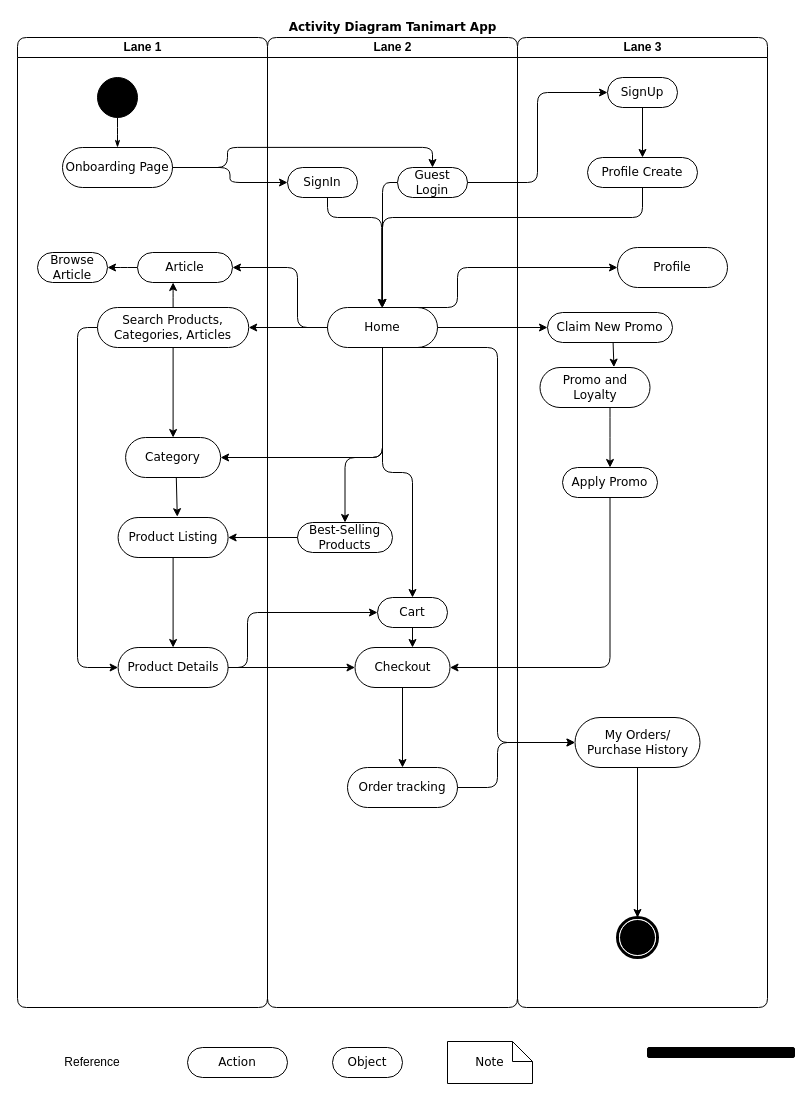
Before: Untitled Diagram.drawio in DevX300/TaniMart-UML, a draw.io diagram. Source tidied: cells renumbered, new cells numbered last; positions are measured from the earlier drawing's top-left corner, leaving out a move shared by most shapes. Both pictures are drawn from the tidied source at 100%, with x=0, y=0 at pixel (17, 17).
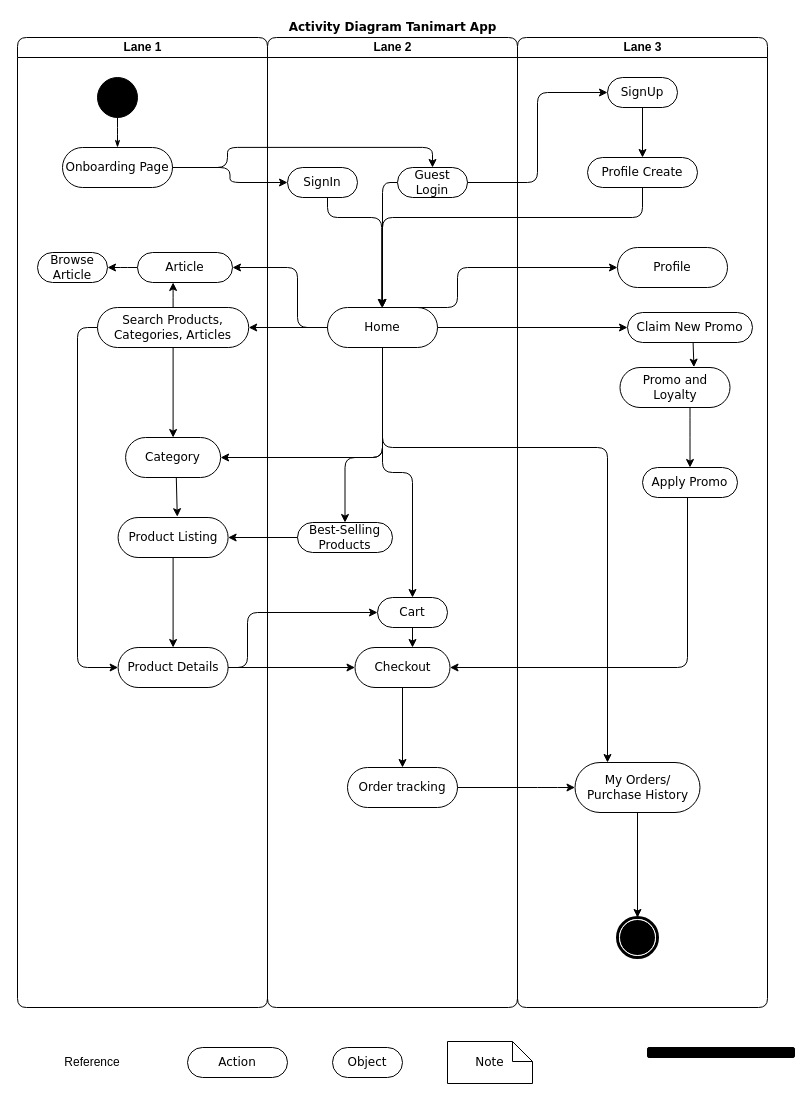
After the change.

The change refers to these unchanged cells:
```xml
<mxCell id="2" value="Activity Diagram Tanimart App" style="swimlane;html=1;startSize=20;rounded=1;shadow=0;comic=0;labelBackgroundColor=none;strokeWidth=1;fontFamily=Verdana;fontSize=12;align=center;strokeColor=none;" parent="1" vertex="1">
  <mxGeometry width="750" height="990" as="geometry" />
</mxCell>
<mxCell id="19" value="Home" style="rounded=1;whiteSpace=wrap;html=1;shadow=0;comic=0;labelBackgroundColor=none;strokeWidth=1;fontFamily=Verdana;fontSize=12;align=center;arcSize=50;" parent="14" vertex="1">
  <mxGeometry x="60" y="270" width="110" height="40" as="geometry" />
</mxCell>
<mxCell id="24" value="Checkout" style="rounded=1;whiteSpace=wrap;html=1;shadow=0;comic=0;labelBackgroundColor=none;strokeWidth=1;fontFamily=Verdana;fontSize=12;align=center;arcSize=50;" parent="14" vertex="1">
  <mxGeometry x="87.5" y="610" width="95" height="40" as="geometry" />
</mxCell>
<mxCell id="25" value="Order tracking" style="rounded=1;whiteSpace=wrap;html=1;shadow=0;comic=0;labelBackgroundColor=none;strokeWidth=1;fontFamily=Verdana;fontSize=12;align=center;arcSize=50;" parent="14" vertex="1">
  <mxGeometry x="80" y="730" width="110" height="40" as="geometry" />
</mxCell>
<mxCell id="33" value="Lane 3" style="swimlane;html=1;startSize=20;rounded=1;" parent="2" vertex="1">
  <mxGeometry x="500" y="20" width="250" height="970" as="geometry" />
</mxCell>
```

What changed in the source:
```diff
@@
     <mxCell id="39" style="rounded=1;jettySize=auto;html=1;entryX=0.672;entryY=-0.008;entryDx=0;entryDy=0;entryPerimeter=0;" parent="33" edge="1" target="42">
       <mxGeometry relative="1" as="geometry">
-        <mxPoint x="95.6" y="305" as="sourcePoint" />
+        <mxPoint x="175.6" y="305" as="sourcePoint" />
       </mxGeometry>
     </mxCell>
     <mxCell id="40" value="Claim New Promo" style="rounded=1;whiteSpace=wrap;html=1;shadow=0;comic=0;labelBackgroundColor=none;strokeWidth=1;fontFamily=Verdana;fontSize=12;align=center;arcSize=50;" parent="33" vertex="1">
-      <mxGeometry x="30" y="275" width="125" height="30" as="geometry" />
+      <mxGeometry x="110" y="275" width="125" height="30" as="geometry" />
     </mxCell>
     <mxCell id="41" style="edgeStyle=orthogonalEdgeStyle;rounded=1;jettySize=auto;html=1;" parent="33" edge="1" source="42" target="44">
       <mxGeometry relative="1" as="geometry">
         <Array as="points">
-          <mxPoint x="92.5" y="390" />
-          <mxPoint x="92.5" y="390" />
+          <mxPoint x="172.5" y="390" />
+          <mxPoint x="172.5" y="390" />
         </Array>
       </mxGeometry>
     </mxCell>
     <mxCell id="42" value="Promo and Loyalty" style="rounded=1;whiteSpace=wrap;html=1;shadow=0;comic=0;labelBackgroundColor=none;strokeWidth=1;fontFamily=Verdana;fontSize=12;align=center;arcSize=50;" parent="33" vertex="1">
-      <mxGeometry x="22.5" y="330" width="110" height="40" as="geometry" />
+      <mxGeometry x="102.5" y="330" width="110" height="40" as="geometry" />
     </mxCell>
@@
     <mxCell id="44" value="Apply Promo" style="rounded=1;whiteSpace=wrap;html=1;shadow=0;comic=0;labelBackgroundColor=none;strokeWidth=1;fontFamily=Verdana;fontSize=12;align=center;arcSize=50;" parent="33" vertex="1">
-      <mxGeometry x="45" y="430" width="95" height="30" as="geometry" />
+      <mxGeometry x="125" y="430" width="95" height="30" as="geometry" />
     </mxCell>
@@
     <mxCell id="46" value="My Orders/&lt;br&gt;Purchase History" style="rounded=1;whiteSpace=wrap;html=1;shadow=0;comic=0;labelBackgroundColor=none;strokeWidth=1;fontFamily=Verdana;fontSize=12;align=center;arcSize=50;" parent="33" vertex="1">
-      <mxGeometry x="57.5" y="680" width="125" height="50" as="geometry" />
+      <mxGeometry x="57.5" y="725" width="125" height="50" as="geometry" />
     </mxCell>
@@
     <mxCell id="56" style="edgeStyle=orthogonalEdgeStyle;rounded=1;jettySize=auto;html=1;entryX=1;entryY=0.5;entryDx=0;entryDy=0;" parent="2" edge="1" source="44" target="24">
       <mxGeometry relative="1" as="geometry">
         <Array as="points">
-          <mxPoint x="592.5" y="650" />
+          <mxPoint x="670" y="650" />
         </Array>
       </mxGeometry>
     </mxCell>
     <mxCell id="57" style="edgeStyle=orthogonalEdgeStyle;rounded=1;jettySize=auto;html=1;entryX=0;entryY=0.5;entryDx=0;entryDy=0;" parent="2" edge="1" source="25" target="46">
       <mxGeometry relative="1" as="geometry">
         <Array as="points">
-          <mxPoint x="480" y="770" />
-          <mxPoint x="480" y="725" />
+          <mxPoint x="530" y="770" />
+          <mxPoint x="530" y="770" />
         </Array>
       </mxGeometry>
     </mxCell>
@@
-    <mxCell id="59" style="edgeStyle=orthogonalEdgeStyle;rounded=1;jettySize=auto;html=1;entryX=0;entryY=0.5;entryDx=0;entryDy=0;exitX=0.75;exitY=1;exitDx=0;exitDy=0;" parent="2" edge="1" source="19" target="46">
+    <mxCell id="59" style="edgeStyle=orthogonalEdgeStyle;rounded=1;jettySize=auto;html=1;exitX=0.5;exitY=1;exitDx=0;exitDy=0;" parent="2" edge="1" source="19" target="46">
       <mxGeometry relative="1" as="geometry">
         <Array as="points">
-          <mxPoint x="480" y="330" />
-          <mxPoint x="480" y="725" />
+          <mxPoint x="365" y="430" />
+          <mxPoint x="590" y="430" />
         </Array>
       </mxGeometry>
     </mxCell>
```
